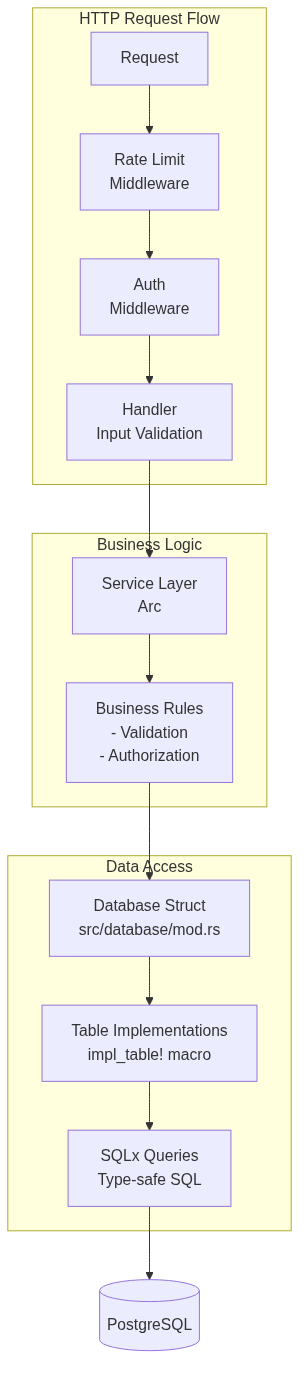
The Mermaid diagram docs/diagrams/backend-architecture.png in FAZuH/MonitorMBG, before a commit. Its source is kept beside it as docs/diagrams/backend-architecture.mmd.
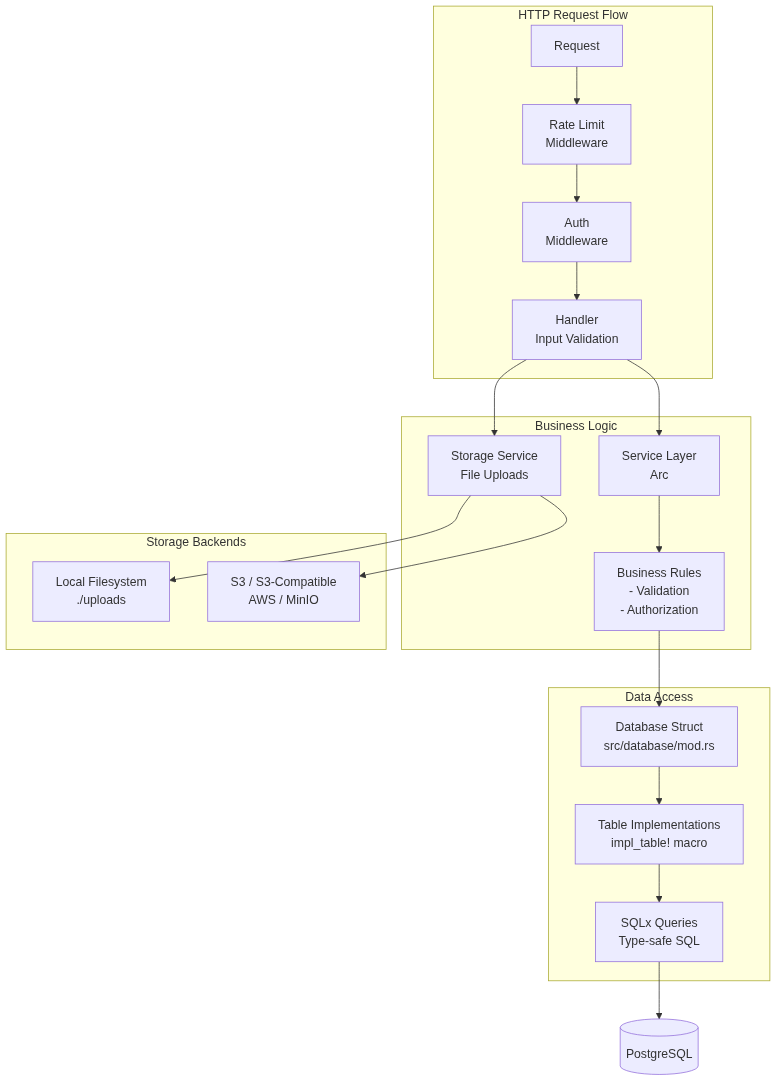
Later version of the same file.

Commit message:
docs: Add storage backend docs

What changed in the source:
```diff
@@ -11,6 +11,7 @@
         direction TB
         Service["Service Layer<br/>Arc<Database>"]
         Logic["Business Rules<br/>- Validation<br/>- Authorization"]
+        StorageService["Storage Service<br/>File Uploads"]
     end
 
     subgraph Data["Data Access"]
@@ -20,12 +21,21 @@
         SQL["SQLx Queries<br/>Type-safe SQL"]
     end
 
+    subgraph Storage["Storage Backends"]
+        direction TB
+        Local["Local Filesystem<br/>./uploads"]
+        S3["S3 / S3-Compatible<br/>AWS / MinIO"]
+    end
+
     Req --> RL
     RL --> Auth
     Auth --> Handler
     Handler --> Service
+    Handler --> StorageService
     Service --> Logic
     Logic --> DB
+    StorageService --> Local
+    StorageService --> S3
     DB --> Tables
     Tables --> SQL
     SQL --> Postgres[(PostgreSQL)]
```
